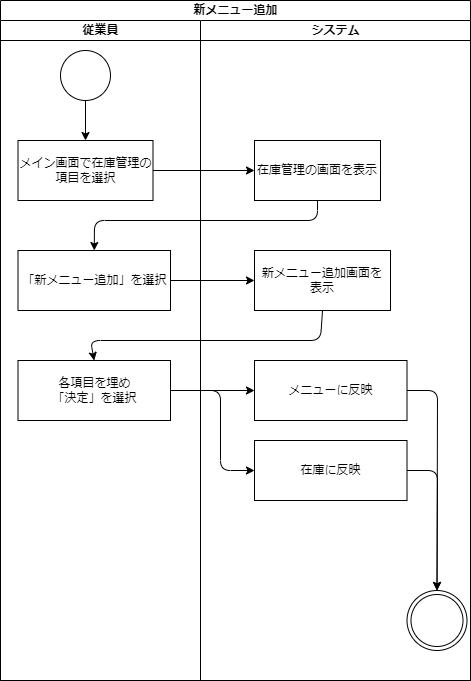
Before: psp4/アクティビティ図/アクティビティ図_新メニュー.drawio.png, a diagram exported from draw.io (MasakiHiguchi/---). Source tidied: cells renumbered, new cells last; positions are measured from the earlier drawing's top-left corner, leaving out a move shared by most shapes. Its diagram source:
```xml
<mxGraphModel>
  <root>
    <mxCell id="0" />
    <mxCell id="1" parent="0" />
    <mxCell id="2" value="新メニュー追加" style="swimlane;startSize=20;html=1;" parent="1" vertex="1">
      <mxGeometry width="470" height="680" as="geometry" />
    </mxCell>
    <mxCell id="3" value="従業員" style="swimlane;startSize=20;html=1;" parent="2" vertex="1">
      <mxGeometry y="20" width="200" height="660" as="geometry" />
    </mxCell>
    <mxCell id="4" style="ellipse;whiteSpace=wrap;html=1;" parent="3" vertex="1">
      <mxGeometry x="60" y="30" width="50" height="50" as="geometry" />
    </mxCell>
    <mxCell id="5" value="メイン画面で在庫管理の項目を選択" style="rounded=0;whiteSpace=wrap;html=1;" parent="3" vertex="1">
      <mxGeometry x="17.5" y="120" width="135" height="60" as="geometry" />
    </mxCell>
    <mxCell id="6" style="endArrow=classic;html=1;entryX=0.5;entryY=0;entryDx=0;entryDy=0;exitX=0.5;exitY=1;exitDx=0;exitDy=0;" parent="3" edge="1" source="4" target="5">
      <mxGeometry relative="1" as="geometry" />
    </mxCell>
    <mxCell id="7" value="「新メニュー追加」を選択" style="rounded=0;whiteSpace=wrap;html=1;" parent="3" vertex="1">
      <mxGeometry x="17.5" y="230" width="152.5" height="60" as="geometry" />
    </mxCell>
    <mxCell id="8" value="各項目を埋め&lt;br&gt;「決定」を選択" style="rounded=0;whiteSpace=wrap;html=1;" parent="3" vertex="1">
      <mxGeometry x="17.5" y="340" width="152.5" height="60" as="geometry" />
    </mxCell>
    <mxCell id="9" value="システム" style="swimlane;startSize=20;html=1;" parent="2" vertex="1">
      <mxGeometry x="200" y="20" width="270" height="660" as="geometry" />
    </mxCell>
    <mxCell id="10" value="在庫管理の画面を表示" style="rounded=0;whiteSpace=wrap;html=1;" parent="9" vertex="1">
      <mxGeometry x="54" y="120" width="126" height="60" as="geometry" />
    </mxCell>
    <mxCell id="11" style="ellipse;shape=doubleEllipse;whiteSpace=wrap;html=1;" parent="9" vertex="1">
      <mxGeometry x="206.5" y="570" width="60" height="60" as="geometry" />
    </mxCell>
    <mxCell id="12" value="新メニュー追加画面を&lt;br&gt;表示" style="rounded=0;whiteSpace=wrap;html=1;" parent="9" vertex="1">
      <mxGeometry x="54" y="230" width="136" height="60" as="geometry" />
    </mxCell>
    <mxCell id="13" style="edgeStyle=none;html=1;exitX=1;exitY=0.5;exitDx=0;exitDy=0;entryX=0.5;entryY=0;entryDx=0;entryDy=0;" parent="9" edge="1" source="14" target="11">
      <mxGeometry relative="1" as="geometry">
        <Array as="points">
          <mxPoint x="237" y="370" />
        </Array>
      </mxGeometry>
    </mxCell>
    <mxCell id="14" value="メニューに反映" style="rounded=0;whiteSpace=wrap;html=1;" parent="9" vertex="1">
      <mxGeometry x="54" y="340" width="152.5" height="60" as="geometry" />
    </mxCell>
    <mxCell id="15" style="edgeStyle=none;html=1;exitX=1;exitY=0.5;exitDx=0;exitDy=0;entryX=0.5;entryY=0;entryDx=0;entryDy=0;" parent="9" edge="1" source="16" target="11">
      <mxGeometry relative="1" as="geometry">
        <Array as="points">
          <mxPoint x="237" y="450" />
        </Array>
      </mxGeometry>
    </mxCell>
    <mxCell id="16" value="在庫に反映" style="rounded=0;whiteSpace=wrap;html=1;" parent="9" vertex="1">
      <mxGeometry x="54" y="420" width="152.5" height="60" as="geometry" />
    </mxCell>
    <mxCell id="17" style="endArrow=classic;html=1;entryX=0;entryY=0.5;entryDx=0;entryDy=0;exitX=1;exitY=0.5;exitDx=0;exitDy=0;" parent="2" edge="1" source="5" target="10">
      <mxGeometry relative="1" as="geometry" />
    </mxCell>
    <mxCell id="18" style="edgeStyle=none;html=1;exitX=0.5;exitY=1;exitDx=0;exitDy=0;entryX=0.5;entryY=0;entryDx=0;entryDy=0;" parent="2" edge="1" source="10" target="7">
      <mxGeometry relative="1" as="geometry">
        <Array as="points">
          <mxPoint x="317" y="220" />
          <mxPoint x="94" y="220" />
        </Array>
      </mxGeometry>
    </mxCell>
    <mxCell id="19" style="edgeStyle=none;html=1;exitX=1;exitY=0.5;exitDx=0;exitDy=0;entryX=0;entryY=0.5;entryDx=0;entryDy=0;" parent="2" edge="1" source="7" target="12">
      <mxGeometry relative="1" as="geometry" />
    </mxCell>
    <mxCell id="20" style="edgeStyle=none;html=1;exitX=0.5;exitY=1;exitDx=0;exitDy=0;entryX=0.5;entryY=0;entryDx=0;entryDy=0;" parent="2" edge="1" source="12" target="8">
      <mxGeometry relative="1" as="geometry">
        <Array as="points">
          <mxPoint x="320" y="340" />
          <mxPoint x="90" y="340" />
        </Array>
      </mxGeometry>
    </mxCell>
    <mxCell id="21" style="edgeStyle=none;html=1;exitX=1;exitY=0.5;exitDx=0;exitDy=0;entryX=0;entryY=0.5;entryDx=0;entryDy=0;" parent="2" edge="1" source="8" target="14">
      <mxGeometry relative="1" as="geometry" />
    </mxCell>
    <mxCell id="22" style="edgeStyle=none;html=1;exitX=1;exitY=0.5;exitDx=0;exitDy=0;entryX=0;entryY=0.5;entryDx=0;entryDy=0;" parent="2" edge="1" source="8" target="16">
      <mxGeometry relative="1" as="geometry">
        <Array as="points">
          <mxPoint x="220" y="390" />
          <mxPoint x="220" y="470" />
        </Array>
      </mxGeometry>
    </mxCell>
    <mxCell id="23" style="edgeStyle=none;html=1;" parent="1" edge="1" source="8">
      <mxGeometry relative="1" as="geometry">
        <mxPoint x="93.8" y="360" as="targetPoint" />
      </mxGeometry>
    </mxCell>
  </root>
</mxGraphModel>
```
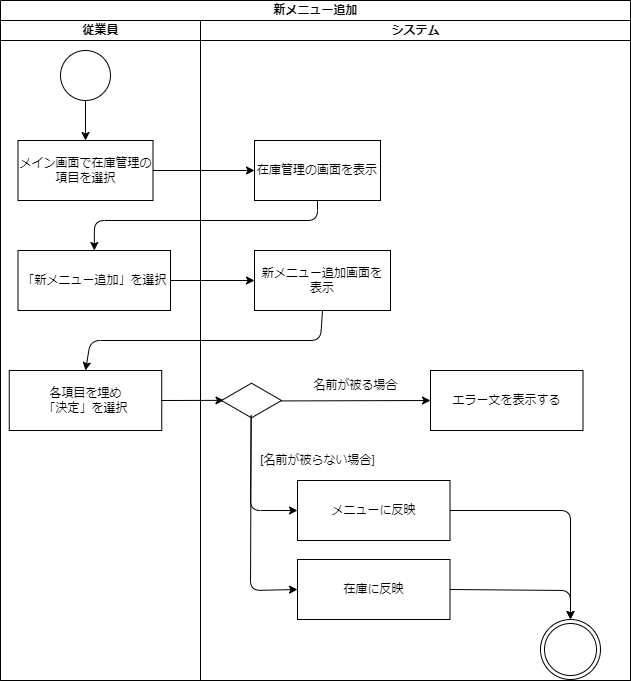
After the change.

The edit, as a diff of the source:
```diff
@@ -3,7 +3,7 @@
     <mxCell id="0" />
     <mxCell id="1" parent="0" />
     <mxCell id="2" value="新メニュー追加" style="swimlane;startSize=20;html=1;" parent="1" vertex="1">
-      <mxGeometry width="470" height="680" as="geometry" />
+      <mxGeometry width="630" height="680" as="geometry" />
     </mxCell>
     <mxCell id="3" value="従業員" style="swimlane;startSize=20;html=1;" parent="2" vertex="1">
       <mxGeometry y="20" width="200" height="660" as="geometry" />
@@ -21,16 +21,16 @@
       <mxGeometry x="17.5" y="230" width="152.5" height="60" as="geometry" />
     </mxCell>
     <mxCell id="8" value="各項目を埋め&lt;br&gt;「決定」を選択" style="rounded=0;whiteSpace=wrap;html=1;" parent="3" vertex="1">
-      <mxGeometry x="17.5" y="340" width="152.5" height="60" as="geometry" />
+      <mxGeometry x="8.8" y="350" width="152.5" height="60" as="geometry" />
     </mxCell>
     <mxCell id="9" value="システム" style="swimlane;startSize=20;html=1;" parent="2" vertex="1">
-      <mxGeometry x="200" y="20" width="270" height="660" as="geometry" />
+      <mxGeometry x="200" y="20" width="430" height="660" as="geometry" />
     </mxCell>
     <mxCell id="10" value="在庫管理の画面を表示" style="rounded=0;whiteSpace=wrap;html=1;" parent="9" vertex="1">
       <mxGeometry x="54" y="120" width="126" height="60" as="geometry" />
     </mxCell>
     <mxCell id="11" style="ellipse;shape=doubleEllipse;whiteSpace=wrap;html=1;" parent="9" vertex="1">
-      <mxGeometry x="206.5" y="570" width="60" height="60" as="geometry" />
+      <mxGeometry x="340" y="599" width="60" height="60" as="geometry" />
     </mxCell>
     <mxCell id="12" value="新メニュー追加画面を&lt;br&gt;表示" style="rounded=0;whiteSpace=wrap;html=1;" parent="9" vertex="1">
       <mxGeometry x="54" y="230" width="136" height="60" as="geometry" />
@@ -38,23 +38,52 @@
     <mxCell id="13" style="edgeStyle=none;html=1;exitX=1;exitY=0.5;exitDx=0;exitDy=0;entryX=0.5;entryY=0;entryDx=0;entryDy=0;" parent="9" edge="1" source="14" target="11">
       <mxGeometry relative="1" as="geometry">
         <Array as="points">
-          <mxPoint x="237" y="370" />
+          <mxPoint x="370" y="490" />
         </Array>
       </mxGeometry>
     </mxCell>
     <mxCell id="14" value="メニューに反映" style="rounded=0;whiteSpace=wrap;html=1;" parent="9" vertex="1">
-      <mxGeometry x="54" y="340" width="152.5" height="60" as="geometry" />
+      <mxGeometry x="97" y="460" width="152.5" height="60" as="geometry" />
     </mxCell>
     <mxCell id="15" style="edgeStyle=none;html=1;exitX=1;exitY=0.5;exitDx=0;exitDy=0;entryX=0.5;entryY=0;entryDx=0;entryDy=0;" parent="9" edge="1" source="16" target="11">
       <mxGeometry relative="1" as="geometry">
         <Array as="points">
-          <mxPoint x="237" y="450" />
+          <mxPoint x="370" y="570" />
         </Array>
       </mxGeometry>
     </mxCell>
     <mxCell id="16" value="在庫に反映" style="rounded=0;whiteSpace=wrap;html=1;" parent="9" vertex="1">
-      <mxGeometry x="54" y="420" width="152.5" height="60" as="geometry" />
+      <mxGeometry x="97" y="539" width="152.5" height="60" as="geometry" />
     </mxCell>
+    <mxCell id="24" style="html=1;whiteSpace=wrap;shape=isoRectangle;" parent="9" vertex="1">
+      <mxGeometry x="21" y="362" width="60" height="36" as="geometry" />
+    </mxCell>
+    <mxCell id="25" style="edgeStyle=none;html=1;exitX=0.494;exitY=0.935;exitDx=0;exitDy=0;exitPerimeter=0;entryX=0;entryY=0.5;entryDx=0;entryDy=0;" parent="9" edge="1" source="24" target="14">
+      <mxGeometry relative="1" as="geometry">
+        <Array as="points">
+          <mxPoint x="50" y="490" />
+        </Array>
+      </mxGeometry>
+    </mxCell>
+    <mxCell id="26" style="edgeStyle=none;html=1;exitX=0.494;exitY=0.901;exitDx=0;exitDy=0;exitPerimeter=0;entryX=0;entryY=0.5;entryDx=0;entryDy=0;" parent="9" edge="1" source="24" target="16">
+      <mxGeometry relative="1" as="geometry">
+        <Array as="points">
+          <mxPoint x="50" y="570" />
+        </Array>
+      </mxGeometry>
+    </mxCell>
+    <mxCell id="27" value="[名前が被らない場合]" style="text;html=1;align=center;verticalAlign=middle;strokeColor=none;fillColor=none;" parent="9" vertex="1">
+      <mxGeometry x="47" y="425" width="140" height="30" as="geometry" />
+    </mxCell>
+    <mxCell id="28" value="エラー文を表示する" style="rounded=0;whiteSpace=wrap;html=1;" parent="9" vertex="1">
+      <mxGeometry x="230" y="350" width="152.5" height="60" as="geometry" />
+    </mxCell>
+    <mxCell id="29" style="edgeStyle=none;html=1;exitX=0.981;exitY=0.512;exitDx=0;exitDy=0;exitPerimeter=0;entryX=0;entryY=0.5;entryDx=0;entryDy=0;" parent="9" edge="1" source="24" target="28">
+      <mxGeometry relative="1" as="geometry" />
+    </mxCell>
+    <mxCell id="30" value="名前が被る場合" style="text;html=1;align=center;verticalAlign=middle;strokeColor=none;fillColor=none;" parent="9" vertex="1">
+      <mxGeometry x="100" y="350" width="110" height="30" as="geometry" />
+    </mxCell>
     <mxCell id="17" style="endArrow=classic;html=1;entryX=0;entryY=0.5;entryDx=0;entryDy=0;exitX=1;exitY=0.5;exitDx=0;exitDy=0;" parent="2" edge="1" source="5" target="10">
       <mxGeometry relative="1" as="geometry" />
     </mxCell>
@@ -77,21 +106,8 @@
         </Array>
       </mxGeometry>
     </mxCell>
-    <mxCell id="21" style="edgeStyle=none;html=1;exitX=1;exitY=0.5;exitDx=0;exitDy=0;entryX=0;entryY=0.5;entryDx=0;entryDy=0;" parent="2" edge="1" source="8" target="14">
-      <mxGeometry relative="1" as="geometry" />
-    </mxCell>
-    <mxCell id="22" style="edgeStyle=none;html=1;exitX=1;exitY=0.5;exitDx=0;exitDy=0;entryX=0;entryY=0.5;entryDx=0;entryDy=0;" parent="2" edge="1" source="8" target="16">
-      <mxGeometry relative="1" as="geometry">
-        <Array as="points">
-          <mxPoint x="220" y="390" />
-          <mxPoint x="220" y="470" />
-        </Array>
-      </mxGeometry>
-    </mxCell>
-    <mxCell id="23" style="edgeStyle=none;html=1;" parent="1" edge="1" source="8">
-      <mxGeometry relative="1" as="geometry">
-        <mxPoint x="93.8" y="360" as="targetPoint" />
-      </mxGeometry>
-    </mxCell>
+    <mxCell id="31" style="edgeStyle=none;html=1;exitX=1;exitY=0.5;exitDx=0;exitDy=0;entryX=0.041;entryY=0.496;entryDx=0;entryDy=0;entryPerimeter=0;" parent="2" edge="1" source="8" target="24">
+      <mxGeometry relative="1" as="geometry" />
+    </mxCell>
   </root>
 </mxGraphModel>
```
